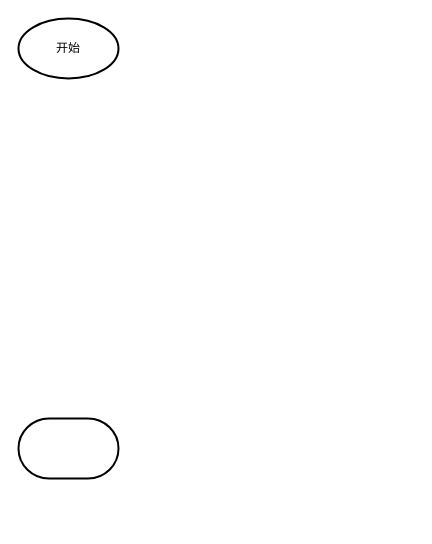
kupier/12306-electron keeps this draw.io diagram as page "操作流程图" (2 of 2) of electroic_meter.drawio. Above is the earlier version. Source tidied: cells renumbered, new cells numbered last; positions are measured from the earlier drawing's top-left corner, leaving out a move shared by most shapes. Both pictures are drawn from the tidied source at 100%, with x=0, y=0 at pixel (18, 18).
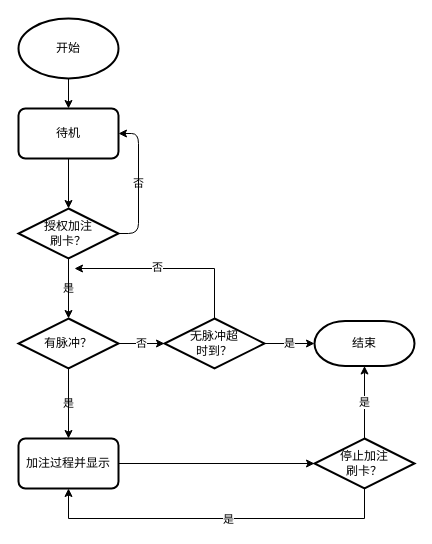
Above is the later version.

The edit, as a diff of the source:
```diff
@@
+    <mxCell id="4" style="edgeStyle=orthogonalEdgeStyle;rounded=1;jettySize=auto;html=1;exitX=0.5;exitY=1;exitDx=0;exitDy=0;exitPerimeter=0;entryX=0.5;entryY=0;entryDx=0;entryDy=0;labelBackgroundColor=none;fontColor=default;" parent="1" edge="1" source="2" target="10">
+      <mxGeometry relative="1" as="geometry" />
+    </mxCell>
-    <mxCell id="2" value="开始" style="strokeWidth=2;html=1;shape=mxgraph.flowchart.start_1;whiteSpace=wrap;" parent="1" vertex="1">
+    <mxCell id="2" value="开始" style="strokeWidth=2;html=1;shape=mxgraph.flowchart.start_1;whiteSpace=wrap;rounded=1;labelBackgroundColor=none;" parent="1" vertex="1">
       <mxGeometry width="100" height="60" as="geometry" />
     </mxCell>
-    <mxCell id="3" style="strokeWidth=2;html=1;shape=mxgraph.flowchart.terminator;whiteSpace=wrap;" parent="1" vertex="1">
-      <mxGeometry y="400" width="100" height="60" as="geometry" />
+    <mxCell id="3" value="结束" style="strokeWidth=2;html=1;shape=mxgraph.flowchart.terminator;whiteSpace=wrap;rounded=1;labelBackgroundColor=none;" parent="1" vertex="1">
+      <mxGeometry x="296" y="302.5" width="100" height="45" as="geometry" />
     </mxCell>
+    <mxCell id="5" value="是" style="edgeStyle=orthogonalEdgeStyle;rounded=1;jettySize=auto;html=1;exitX=0.5;exitY=1;exitDx=0;exitDy=0;exitPerimeter=0;entryX=0.5;entryY=0;entryDx=0;entryDy=0;startArrow=none;labelBackgroundColor=none;fontColor=default;" parent="1" edge="1" source="14" target="12">
+      <mxGeometry relative="1" as="geometry" />
+    </mxCell>
+    <mxCell id="6" value="是" style="edgeStyle=orthogonalEdgeStyle;rounded=1;jettySize=auto;html=1;exitX=0.5;exitY=1;exitDx=0;exitDy=0;exitPerimeter=0;entryX=0.5;entryY=0;entryDx=0;entryDy=0;entryPerimeter=0;labelBackgroundColor=none;fontColor=default;" parent="1" edge="1" source="8" target="14">
+      <mxGeometry relative="1" as="geometry" />
+    </mxCell>
+    <mxCell id="7" value="否" style="edgeStyle=orthogonalEdgeStyle;rounded=1;jettySize=auto;html=1;exitX=1;exitY=0.5;exitDx=0;exitDy=0;exitPerimeter=0;entryX=1;entryY=0.5;entryDx=0;entryDy=0;labelBackgroundColor=none;fontColor=default;" parent="1" edge="1" source="8" target="10">
+      <mxGeometry relative="1" as="geometry" />
+    </mxCell>
+    <mxCell id="8" value="授权加注&lt;br&gt;刷卡？" style="strokeWidth=2;html=1;shape=mxgraph.flowchart.decision;whiteSpace=wrap;rounded=1;labelBackgroundColor=none;" parent="1" vertex="1">
+      <mxGeometry y="190" width="100" height="50" as="geometry" />
+    </mxCell>
+    <mxCell id="9" style="edgeStyle=orthogonalEdgeStyle;rounded=1;jettySize=auto;html=1;exitX=0.5;exitY=1;exitDx=0;exitDy=0;entryX=0.5;entryY=0;entryDx=0;entryDy=0;entryPerimeter=0;labelBackgroundColor=none;fontColor=default;" parent="1" edge="1" source="10" target="8">
+      <mxGeometry relative="1" as="geometry" />
+    </mxCell>
+    <mxCell id="10" value="待机" style="rounded=1;whiteSpace=wrap;html=1;absoluteArcSize=1;arcSize=14;strokeWidth=2;labelBackgroundColor=none;" parent="1" vertex="1">
+      <mxGeometry y="90" width="100" height="50" as="geometry" />
+    </mxCell>
+    <mxCell id="11" style="edgeStyle=orthogonalEdgeStyle;rounded=0;jettySize=auto;html=1;entryX=0;entryY=0.5;entryDx=0;entryDy=0;entryPerimeter=0;" parent="1" edge="1" source="12" target="18">
+      <mxGeometry relative="1" as="geometry" />
+    </mxCell>
+    <mxCell id="12" value="加注过程并显示" style="rounded=1;whiteSpace=wrap;html=1;absoluteArcSize=1;arcSize=14;strokeWidth=2;labelBackgroundColor=none;" parent="1" vertex="1">
+      <mxGeometry y="420" width="100" height="50" as="geometry" />
+    </mxCell>
+    <mxCell id="13" value="否" style="edgeStyle=orthogonalEdgeStyle;rounded=0;jettySize=auto;html=1;exitX=1;exitY=0.5;exitDx=0;exitDy=0;exitPerimeter=0;entryX=0;entryY=0.5;entryDx=0;entryDy=0;entryPerimeter=0;" parent="1" edge="1" source="14" target="22">
+      <mxGeometry relative="1" as="geometry" />
+    </mxCell>
+    <mxCell id="14" value="有脉冲？" style="strokeWidth=2;html=1;shape=mxgraph.flowchart.decision;whiteSpace=wrap;rounded=1;labelBackgroundColor=none;" parent="1" vertex="1">
+      <mxGeometry y="300" width="100" height="50" as="geometry" />
+    </mxCell>
+    <mxCell id="15" value="是" style="edgeStyle=orthogonalEdgeStyle;rounded=0;jettySize=auto;html=1;exitX=0.5;exitY=0;exitDx=0;exitDy=0;exitPerimeter=0;entryX=0.5;entryY=1;entryDx=0;entryDy=0;entryPerimeter=0;" parent="1" edge="1" source="18" target="3">
+      <mxGeometry relative="1" as="geometry" />
+    </mxCell>
+    <mxCell id="16" style="edgeStyle=orthogonalEdgeStyle;rounded=0;jettySize=auto;html=1;exitX=0.5;exitY=1;exitDx=0;exitDy=0;exitPerimeter=0;entryX=0.5;entryY=1;entryDx=0;entryDy=0;" parent="1" edge="1" source="18" target="12">
+      <mxGeometry relative="1" as="geometry">
+        <Array as="points">
+          <mxPoint x="346" y="500" />
+          <mxPoint x="50" y="500" />
+        </Array>
+      </mxGeometry>
+    </mxCell>
+    <mxCell id="17" value="是" style="edgeLabel;html=1;align=center;verticalAlign=middle;" parent="16" vertex="1">
+      <mxGeometry x="-0.06" relative="1" as="geometry" />
+    </mxCell>
+    <mxCell id="18" value="停止加注&lt;br&gt;刷卡？" style="strokeWidth=2;html=1;shape=mxgraph.flowchart.decision;whiteSpace=wrap;rounded=1;labelBackgroundColor=none;" parent="1" vertex="1">
+      <mxGeometry x="296" y="420" width="100" height="50" as="geometry" />
+    </mxCell>
+    <mxCell id="19" value="是" style="edgeStyle=orthogonalEdgeStyle;rounded=0;jettySize=auto;html=1;exitX=1;exitY=0.5;exitDx=0;exitDy=0;exitPerimeter=0;entryX=0;entryY=0.5;entryDx=0;entryDy=0;entryPerimeter=0;" parent="1" edge="1" source="22" target="3">
+      <mxGeometry relative="1" as="geometry" />
+    </mxCell>
+    <mxCell id="20" style="edgeStyle=orthogonalEdgeStyle;rounded=0;jettySize=auto;html=1;" parent="1" edge="1" source="22">
+      <mxGeometry relative="1" as="geometry">
+        <mxPoint x="56" y="250" as="targetPoint" />
+        <Array as="points">
+          <mxPoint x="196" y="250" />
+        </Array>
+      </mxGeometry>
+    </mxCell>
+    <mxCell id="21" value="否" style="edgeLabel;html=1;align=center;verticalAlign=middle;" parent="20" vertex="1">
+      <mxGeometry x="0.14" y="-2" relative="1" as="geometry" />
+    </mxCell>
+    <mxCell id="22" value="无脉冲超&lt;br&gt;时到？" style="strokeWidth=2;html=1;shape=mxgraph.flowchart.decision;whiteSpace=wrap;rounded=1;labelBackgroundColor=none;" parent="1" vertex="1">
+      <mxGeometry x="146" y="300" width="100" height="50" as="geometry" />
+    </mxCell>
```
